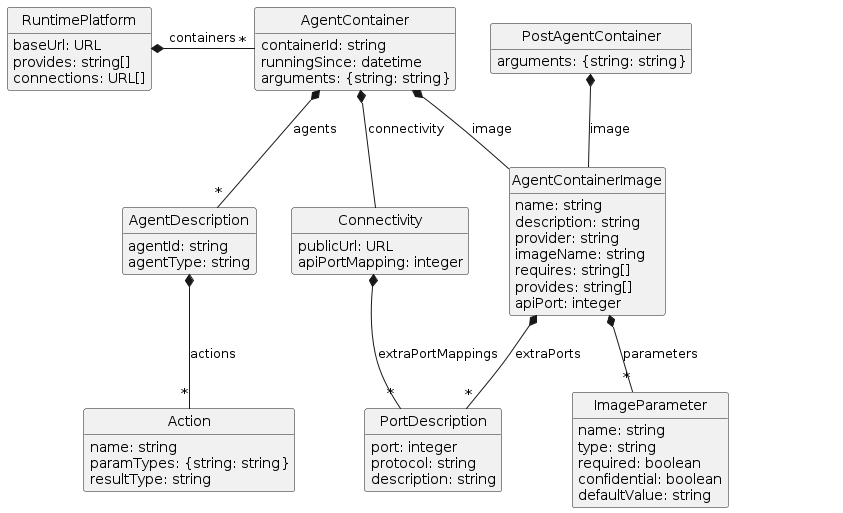
GT-ARC/opaca-core keeps this PlantUML diagram as doc/img/models.png. Above is the earlier version.
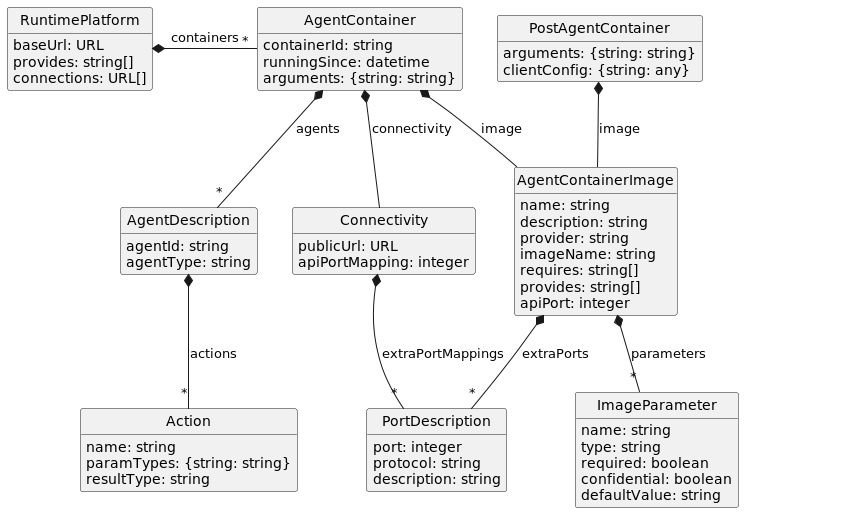
The same diagram one commit later.

The edit, as a diff of the source:
```diff
@@ -14,6 +14,7 @@
 
 class PostAgentContainer {
     arguments: {string: string}
+    clientConfig: {string: any}
 }
 PostAgentContainer *-- AgentContainerImage: image
 
```
